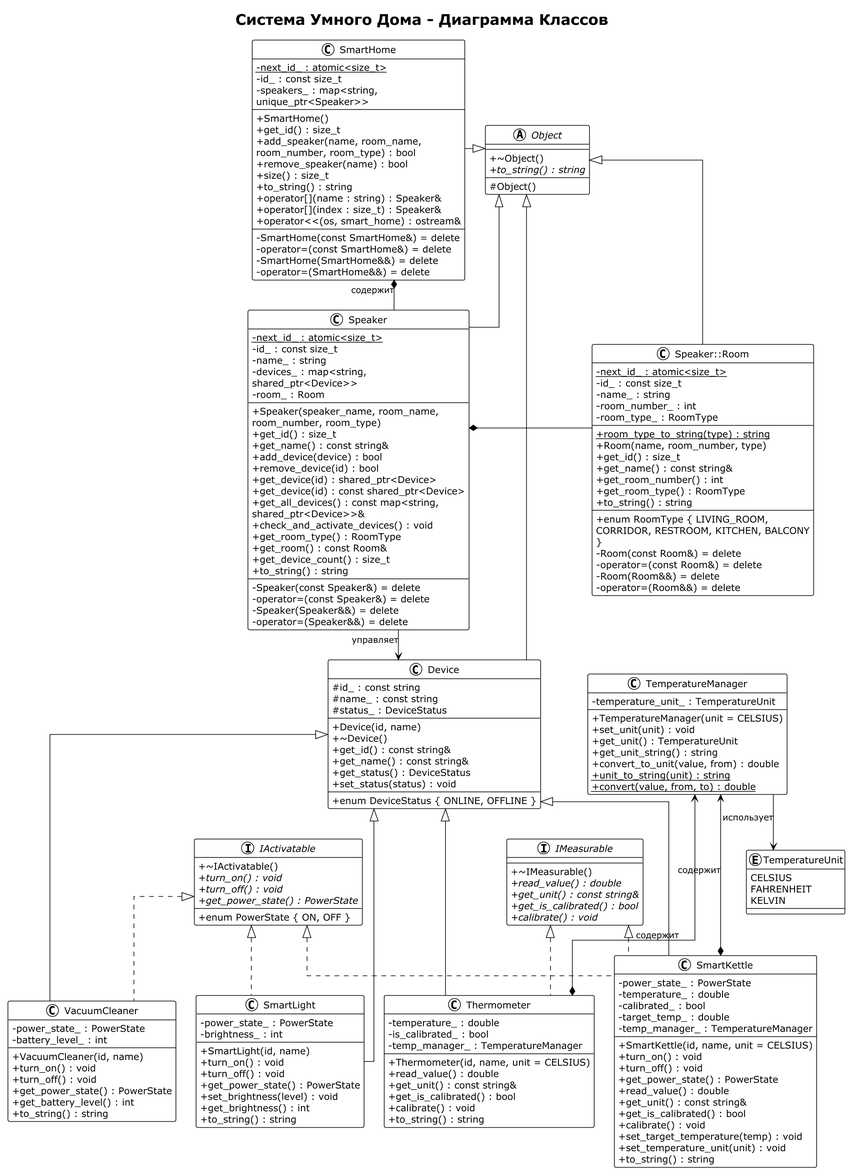
Earlier version of the PlantUML export docs/SmartHouse_ClassDiagram.png (abigotado/smart-house).
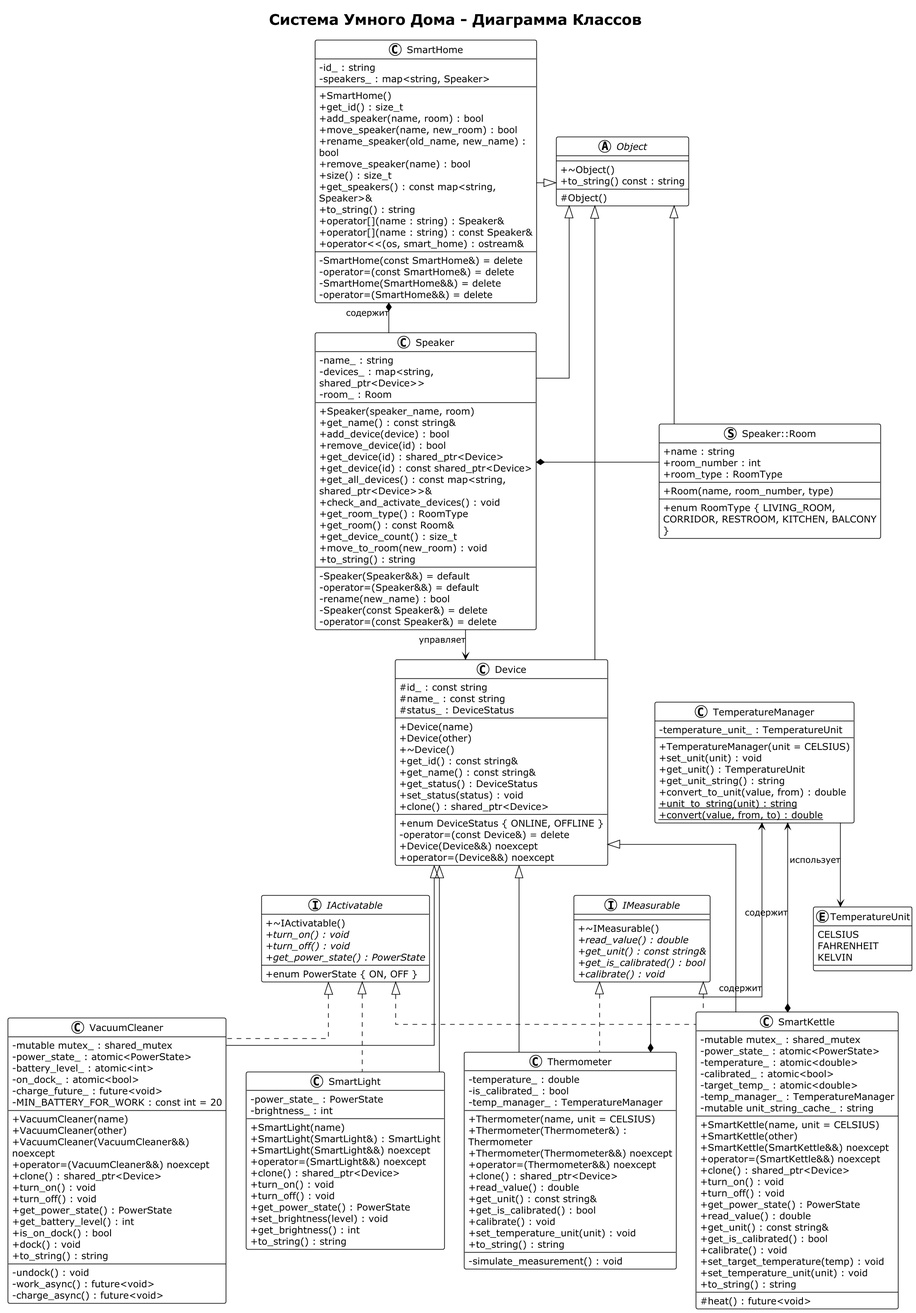
After the change.

Change to the diagram source:
```diff
@@ -15,18 +15,20 @@
 title "Система Умного Дома - Диаграмма Классов"
 
 class SmartHome {
-    - {static} next_id_ : atomic<size_t>
-    - id_ : const size_t
-    - speakers_ : map<string, unique_ptr<Speaker>>
+    - id_ : string
+    - speakers_ : map<string, Speaker>
     --
     + SmartHome()
     + get_id() : size_t
-    + add_speaker(name, room_name, room_number, room_type) : bool
+    + add_speaker(name, room) : bool
+    + move_speaker(name, new_room) : bool
+    + rename_speaker(old_name, new_name) : bool
     + remove_speaker(name) : bool
     + size() : size_t
+    + get_speakers() : const map<string, Speaker>&
     + to_string() : string
     + operator[](name : string) : Speaker&
-    + operator[](index : size_t) : Speaker&
+    + operator[](name : string) : const Speaker&
     + operator<<(os, smart_home) : ostream&
     --
     - SmartHome(const SmartHome&) = delete
@@ -36,14 +38,11 @@
 }
 
 class Speaker {
-    - {static} next_id_ : atomic<size_t>
-    - id_ : const size_t
     - name_ : string
     - devices_ : map<string, shared_ptr<Device>>
     - room_ : Room
     --
-    + Speaker(speaker_name, room_name, room_number, room_type)
-    + get_id() : size_t
+    + Speaker(speaker_name, room)
     + get_name() : const string&
     + add_device(device) : bool
     + remove_device(id) : bool
@@ -54,34 +53,24 @@
     + get_room_type() : RoomType
     + get_room() : const Room&
     + get_device_count() : size_t
+    + move_to_room(new_room) : void
     + to_string() : string
     --
+    - Speaker(Speaker&&) = default
+    - operator=(Speaker&&) = default
+    - rename(new_name) : bool
     - Speaker(const Speaker&) = delete
     - operator=(const Speaker&) = delete
-    - Speaker(Speaker&&) = delete
-    - operator=(Speaker&&) = delete
 }
 
-class "Speaker::Room" as Room {
-    - {static} next_id_ : atomic<size_t>
-    - id_ : const size_t
-    - name_ : string
-    - room_number_ : int
-    - room_type_ : RoomType
+struct "Speaker::Room" as Room {
+    + name : string
+    + room_number : int
+    + room_type : RoomType
     --
-    + {static} room_type_to_string(type) : string
     + Room(name, room_number, type)
-    + get_id() : size_t
-    + get_name() : const string&
-    + get_room_number() : int
-    + get_room_type() : RoomType
-    + to_string() : string
     --
     + enum RoomType { LIVING_ROOM, CORRIDOR, RESTROOM, KITCHEN, BALCONY }
-    - Room(const Room&) = delete
-    - operator=(const Room&) = delete
-    - Room(Room&&) = delete
-    - operator=(Room&&) = delete
 }
 
 class Device {
@@ -89,20 +78,25 @@
     # name_ : const string
     # status_ : DeviceStatus
     --
-    + Device(id, name)
+    + Device(name)
+    + Device(other)
     + ~Device()
     + get_id() : const string&
     + get_name() : const string&
     + get_status() : DeviceStatus
     + set_status(status) : void
+    + clone() : shared_ptr<Device>
     --
     + enum DeviceStatus { ONLINE, OFFLINE }
+    - operator=(const Device&) = delete
+    + Device(Device&&) noexcept
+    + operator=(Device&&) noexcept
 }
 
 abstract class Object {
     --
     + ~Object()
-    + {abstract} to_string() : string
+    + to_string() const : string
     --
     # Object()
 }
@@ -143,22 +137,40 @@
 }
 
 class VacuumCleaner {
-    - power_state_ : PowerState
-    - battery_level_ : int
+    - mutable mutex_ : shared_mutex
+    - power_state_ : atomic<PowerState>
+    - battery_level_ : atomic<int>
+    - on_dock_ : atomic<bool>
+    - charge_future_ : future<void>
+    - MIN_BATTERY_FOR_WORK : const int = 20
     --
-    + VacuumCleaner(id, name)
+    + VacuumCleaner(name)
+    + VacuumCleaner(other)
+    + VacuumCleaner(VacuumCleaner&&) noexcept
+    + operator=(VacuumCleaner&&) noexcept
+    + clone() : shared_ptr<Device>
     + turn_on() : void
     + turn_off() : void
     + get_power_state() : PowerState
     + get_battery_level() : int
+    + is_on_dock() : bool
+    + dock() : void
     + to_string() : string
+    --
+    - undock() : void
+    - work_async() : future<void>
+    - charge_async() : future<void>
 }
 
 class SmartLight {
     - power_state_ : PowerState
     - brightness_ : int
     --
-    + SmartLight(id, name)
+    + SmartLight(name)
+    + SmartLight(SmartLight&) : SmartLight
+    + SmartLight(SmartLight&&) noexcept
+    + operator=(SmartLight&&) noexcept
+    + clone() : shared_ptr<Device>
     + turn_on() : void
     + turn_off() : void
     + get_power_state() : PowerState
@@ -172,22 +184,35 @@
     - is_calibrated_ : bool
     - temp_manager_ : TemperatureManager
     --
-    + Thermometer(id, name, unit = CELSIUS)
+    + Thermometer(name, unit = CELSIUS)
+    + Thermometer(Thermometer&) : Thermometer
+    + Thermometer(Thermometer&&) noexcept
+    + operator=(Thermometer&&) noexcept
+    + clone() : shared_ptr<Device>
     + read_value() : double
     + get_unit() : const string&
     + get_is_calibrated() : bool
     + calibrate() : void
+    + set_temperature_unit(unit) : void
     + to_string() : string
+    --
+    - simulate_measurement() : void
 }
 
 class SmartKettle {
-    - power_state_ : PowerState
-    - temperature_ : double
-    - calibrated_ : bool
-    - target_temp_ : double
+    - mutable mutex_ : shared_mutex
+    - power_state_ : atomic<PowerState>
+    - temperature_ : atomic<double>
+    - calibrated_ : atomic<bool>
+    - target_temp_ : atomic<double>
     - temp_manager_ : TemperatureManager
+    - mutable unit_string_cache_ : string
     --
-    + SmartKettle(id, name, unit = CELSIUS)
+    + SmartKettle(name, unit = CELSIUS)
+    + SmartKettle(other)
+    + SmartKettle(SmartKettle&&) noexcept
+    + operator=(SmartKettle&&) noexcept
+    + clone() : shared_ptr<Device>
     + turn_on() : void
     + turn_off() : void
     + get_power_state() : PowerState
@@ -198,6 +223,8 @@
     + set_target_temperature(temp) : void
     + set_temperature_unit(unit) : void
     + to_string() : string
+    --
+    # heat() : future<void>
 }
 
 SmartHome -[hidden]right- Object
```
